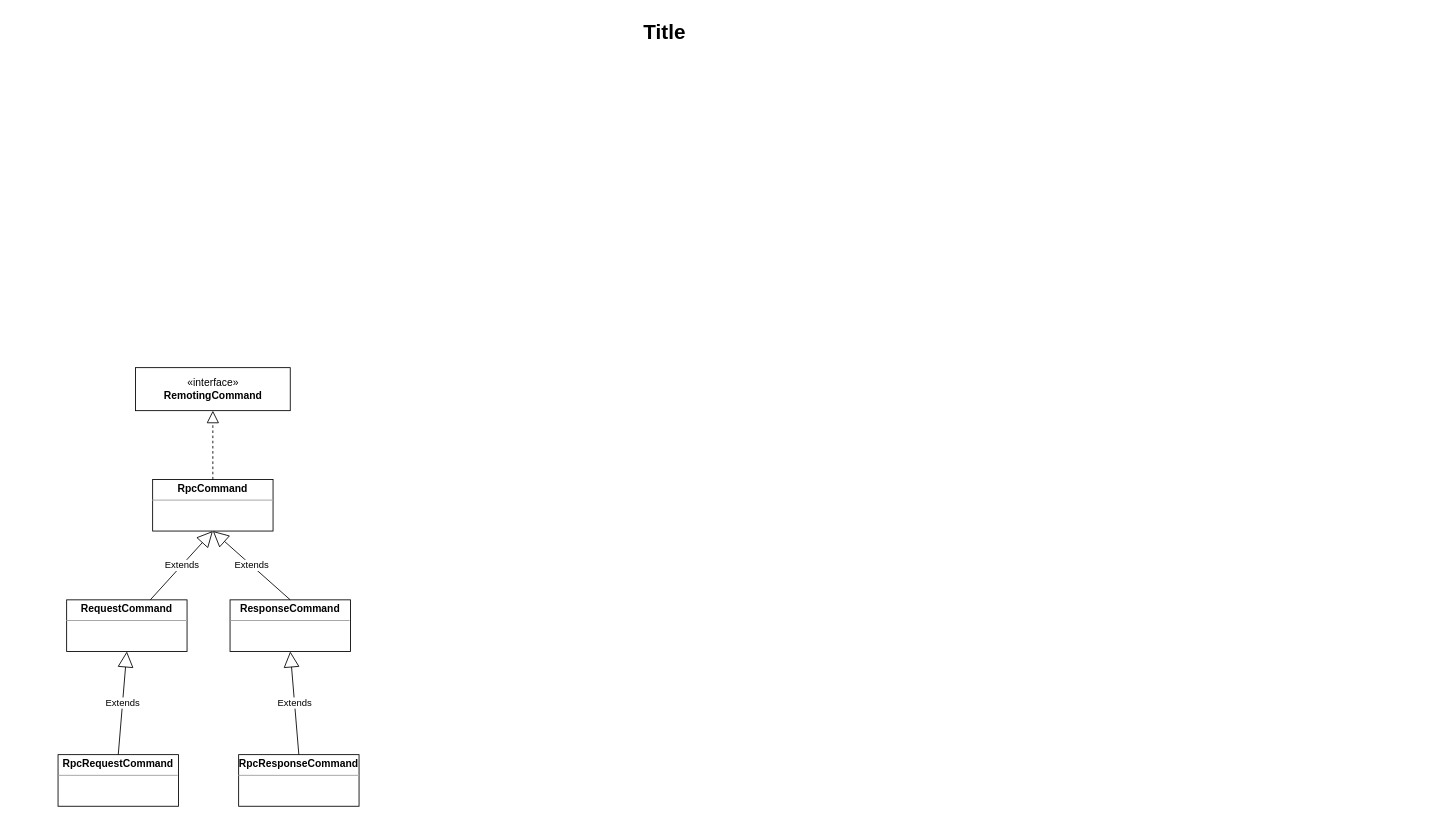
Before: Untitled Diagram.drawio in kevinchen008/test-git, a draw.io diagram. Source tidied: cells renumbered, new cells numbered last; positions are measured from the earlier drawing's top-left corner, leaving out a move shared by most shapes. Both pictures are drawn from the tidied source at 86%, with x=0, y=0 at pixel (15, 15).
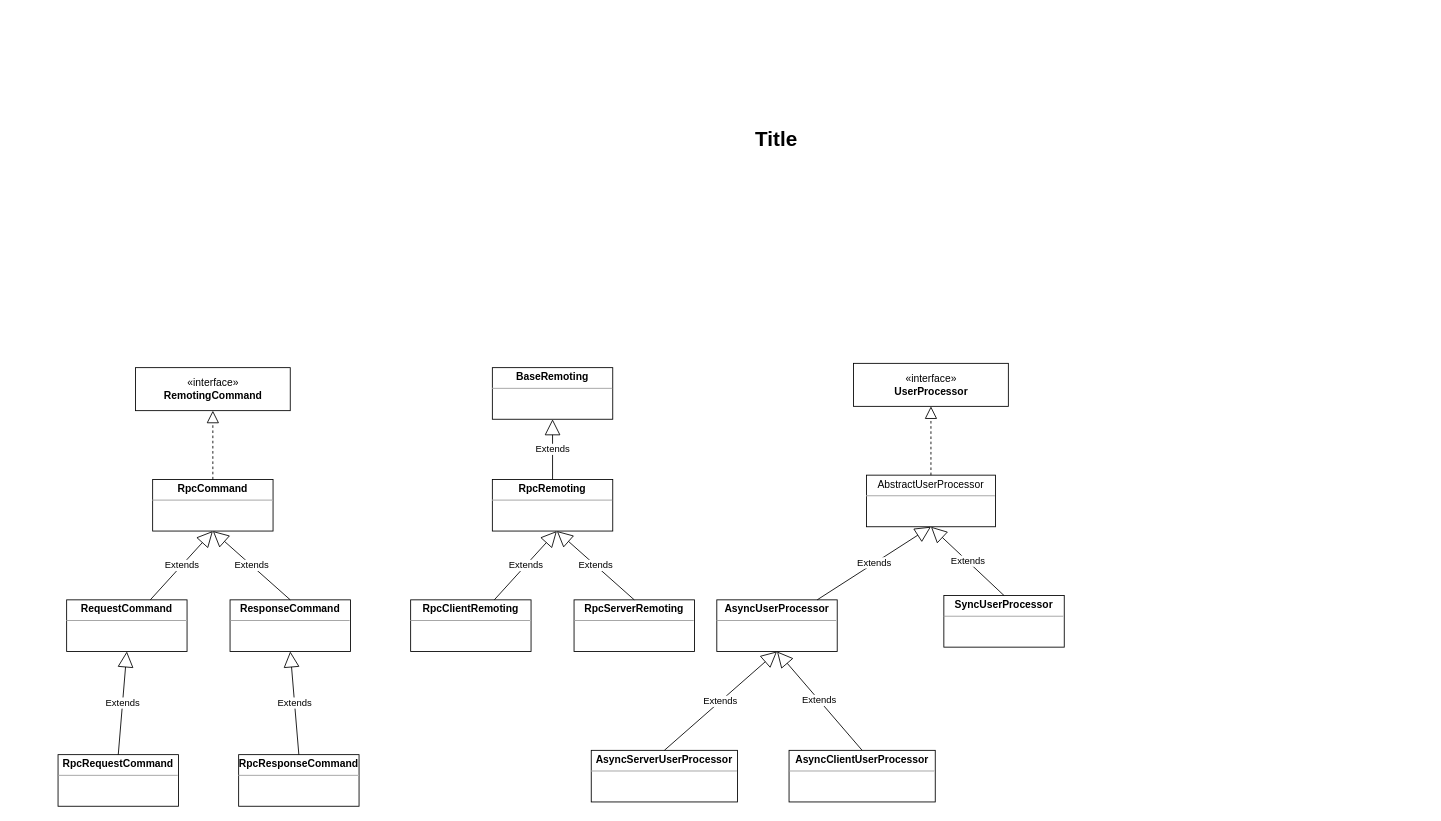
After the change.

What changed in the source:
```diff
@@
     <mxCell id="2" value="Title" style="text;strokeColor=none;fillColor=none;html=1;fontSize=24;fontStyle=1;verticalAlign=middle;align=center;" parent="1" vertex="1">
-      <mxGeometry width="1510" height="40" as="geometry" />
+      <mxGeometry x="130" y="125" width="1510" height="40" as="geometry" />
     </mxCell>
@@
+    <mxCell id="14" value="&lt;p style=&quot;margin: 0px ; margin-top: 4px ; text-align: center&quot;&gt;&lt;b&gt;BaseRemoting&lt;/b&gt;&lt;/p&gt;&lt;hr size=&quot;1&quot;&gt;&lt;div style=&quot;height: 2px&quot;&gt;&lt;/div&gt;" style="verticalAlign=top;align=left;overflow=fill;fontSize=12;fontFamily=Helvetica;html=1;" parent="1" vertex="1">
+      <mxGeometry x="555" y="410" width="140" height="60" as="geometry" />
+    </mxCell>
+    <mxCell id="15" value="&lt;p style=&quot;margin: 0px ; margin-top: 4px ; text-align: center&quot;&gt;&lt;b&gt;RpcRemoting&lt;/b&gt;&lt;/p&gt;&lt;hr size=&quot;1&quot;&gt;&lt;div style=&quot;height: 2px&quot;&gt;&lt;/div&gt;" style="verticalAlign=top;align=left;overflow=fill;fontSize=12;fontFamily=Helvetica;html=1;" parent="1" vertex="1">
+      <mxGeometry x="555" y="540" width="140" height="60" as="geometry" />
+    </mxCell>
+    <mxCell id="16" value="Extends" style="endArrow=block;endSize=16;endFill=0;html=1;entryX=0.5;entryY=1;entryDx=0;entryDy=0;" parent="1" edge="1" source="15" target="14">
+      <mxGeometry relative="1" as="geometry" />
+    </mxCell>
+    <mxCell id="17" value="&lt;p style=&quot;margin: 0px ; margin-top: 4px ; text-align: center&quot;&gt;&lt;b&gt;RpcClientRemoting&lt;/b&gt;&lt;/p&gt;&lt;hr size=&quot;1&quot;&gt;&lt;div style=&quot;height: 2px&quot;&gt;&lt;/div&gt;" style="verticalAlign=top;align=left;overflow=fill;fontSize=12;fontFamily=Helvetica;html=1;" parent="1" vertex="1">
+      <mxGeometry x="460" y="680" width="140" height="60" as="geometry" />
+    </mxCell>
+    <mxCell id="18" value="Extends" style="endArrow=block;endSize=16;endFill=0;html=1;entryX=0.5;entryY=1;entryDx=0;entryDy=0;" parent="1" edge="1" source="17">
+      <mxGeometry relative="1" as="geometry">
+        <mxPoint x="630" y="600" as="targetPoint" />
+      </mxGeometry>
+    </mxCell>
+    <mxCell id="19" value="&lt;p style=&quot;margin: 0px ; margin-top: 4px ; text-align: center&quot;&gt;&lt;b&gt;RpcServerRemoting&lt;/b&gt;&lt;/p&gt;&lt;hr size=&quot;1&quot;&gt;&lt;div style=&quot;height: 2px&quot;&gt;&lt;/div&gt;" style="verticalAlign=top;align=left;overflow=fill;fontSize=12;fontFamily=Helvetica;html=1;" parent="1" vertex="1">
+      <mxGeometry x="650" y="680" width="140" height="60" as="geometry" />
+    </mxCell>
+    <mxCell id="20" value="Extends" style="endArrow=block;endSize=16;endFill=0;html=1;exitX=0.5;exitY=0;exitDx=0;exitDy=0;entryX=0.5;entryY=1;entryDx=0;entryDy=0;" parent="1" edge="1" source="19">
+      <mxGeometry relative="1" as="geometry">
+        <mxPoint x="630" y="600" as="targetPoint" />
+      </mxGeometry>
+    </mxCell>
+    <mxCell id="21" value="«interface»&lt;br&gt;&lt;b&gt;UserProcessor&lt;/b&gt;" style="html=1;" parent="1" vertex="1">
+      <mxGeometry x="975" y="405" width="180" height="50" as="geometry" />
+    </mxCell>
+    <mxCell id="22" value="&lt;p style=&quot;margin: 0px ; margin-top: 4px ; text-align: center&quot;&gt;AbstractUserProcessor&lt;/p&gt;&lt;hr size=&quot;1&quot;&gt;&lt;div style=&quot;height: 2px&quot;&gt;&lt;/div&gt;" style="verticalAlign=top;align=left;overflow=fill;fontSize=12;fontFamily=Helvetica;html=1;" parent="1" vertex="1">
+      <mxGeometry x="990" y="535" width="150" height="60" as="geometry" />
+    </mxCell>
+    <mxCell id="23" value="&lt;p style=&quot;margin: 0px ; margin-top: 4px ; text-align: center&quot;&gt;&lt;b&gt;AsyncUserProcessor&lt;/b&gt;&lt;/p&gt;&lt;hr size=&quot;1&quot;&gt;&lt;div style=&quot;height: 2px&quot;&gt;&lt;/div&gt;" style="verticalAlign=top;align=left;overflow=fill;fontSize=12;fontFamily=Helvetica;html=1;" parent="1" vertex="1">
+      <mxGeometry x="816" y="680" width="140" height="60" as="geometry" />
+    </mxCell>
+    <mxCell id="24" value="&lt;p style=&quot;margin: 0px ; margin-top: 4px ; text-align: center&quot;&gt;&lt;b&gt;AsyncServerUserProcessor&lt;/b&gt;&lt;/p&gt;&lt;hr size=&quot;1&quot;&gt;&lt;div style=&quot;height: 2px&quot;&gt;&lt;/div&gt;" style="verticalAlign=top;align=left;overflow=fill;fontSize=12;fontFamily=Helvetica;html=1;" parent="1" vertex="1">
+      <mxGeometry x="670" y="855" width="170" height="60" as="geometry" />
+    </mxCell>
+    <mxCell id="25" style="endArrow=block;dashed=1;endFill=0;endSize=12;html=1;entryX=0.5;entryY=1;entryDx=0;entryDy=0;" parent="1" edge="1" source="22" target="21">
+      <mxGeometry relative="1" as="geometry" />
+    </mxCell>
+    <mxCell id="26" value="Extends" style="endArrow=block;endSize=16;endFill=0;html=1;entryX=0.5;entryY=1;entryDx=0;entryDy=0;" parent="1" edge="1" source="23" target="22">
+      <mxGeometry relative="1" as="geometry" />
+    </mxCell>
+    <mxCell id="27" value="Extends" style="endArrow=block;endSize=16;endFill=0;html=1;entryX=0.5;entryY=1;entryDx=0;entryDy=0;exitX=0.5;exitY=0;exitDx=0;exitDy=0;" parent="1" edge="1" source="24" target="23">
+      <mxGeometry relative="1" as="geometry" />
+    </mxCell>
+    <mxCell id="28" value="&lt;p style=&quot;margin: 0px ; margin-top: 4px ; text-align: center&quot;&gt;&lt;b&gt;SyncUserProcessor&lt;/b&gt;&lt;/p&gt;&lt;hr size=&quot;1&quot;&gt;&lt;div style=&quot;height: 2px&quot;&gt;&lt;/div&gt;" style="verticalAlign=top;align=left;overflow=fill;fontSize=12;fontFamily=Helvetica;html=1;" parent="1" vertex="1">
+      <mxGeometry x="1080" y="675" width="140" height="60" as="geometry" />
+    </mxCell>
+    <mxCell id="29" value="Extends" style="endArrow=block;endSize=16;endFill=0;html=1;exitX=0.5;exitY=0;exitDx=0;exitDy=0;entryX=0.5;entryY=1;entryDx=0;entryDy=0;" parent="1" edge="1" source="28" target="22">
+      <mxGeometry relative="1" as="geometry" />
+    </mxCell>
+    <mxCell id="30" value="&lt;p style=&quot;margin: 0px ; margin-top: 4px ; text-align: center&quot;&gt;&lt;b&gt;AsyncClientUserProcessor&lt;/b&gt;&lt;/p&gt;&lt;hr size=&quot;1&quot;&gt;&lt;div style=&quot;height: 2px&quot;&gt;&lt;/div&gt;" style="verticalAlign=top;align=left;overflow=fill;fontSize=12;fontFamily=Helvetica;html=1;" parent="1" vertex="1">
+      <mxGeometry x="900" y="855" width="170" height="60" as="geometry" />
+    </mxCell>
+    <mxCell id="31" value="Extends" style="endArrow=block;endSize=16;endFill=0;html=1;exitX=0.5;exitY=0;exitDx=0;exitDy=0;entryX=0.5;entryY=1;entryDx=0;entryDy=0;" parent="1" edge="1" source="30" target="23">
+      <mxGeometry relative="1" as="geometry" />
+    </mxCell>
```
